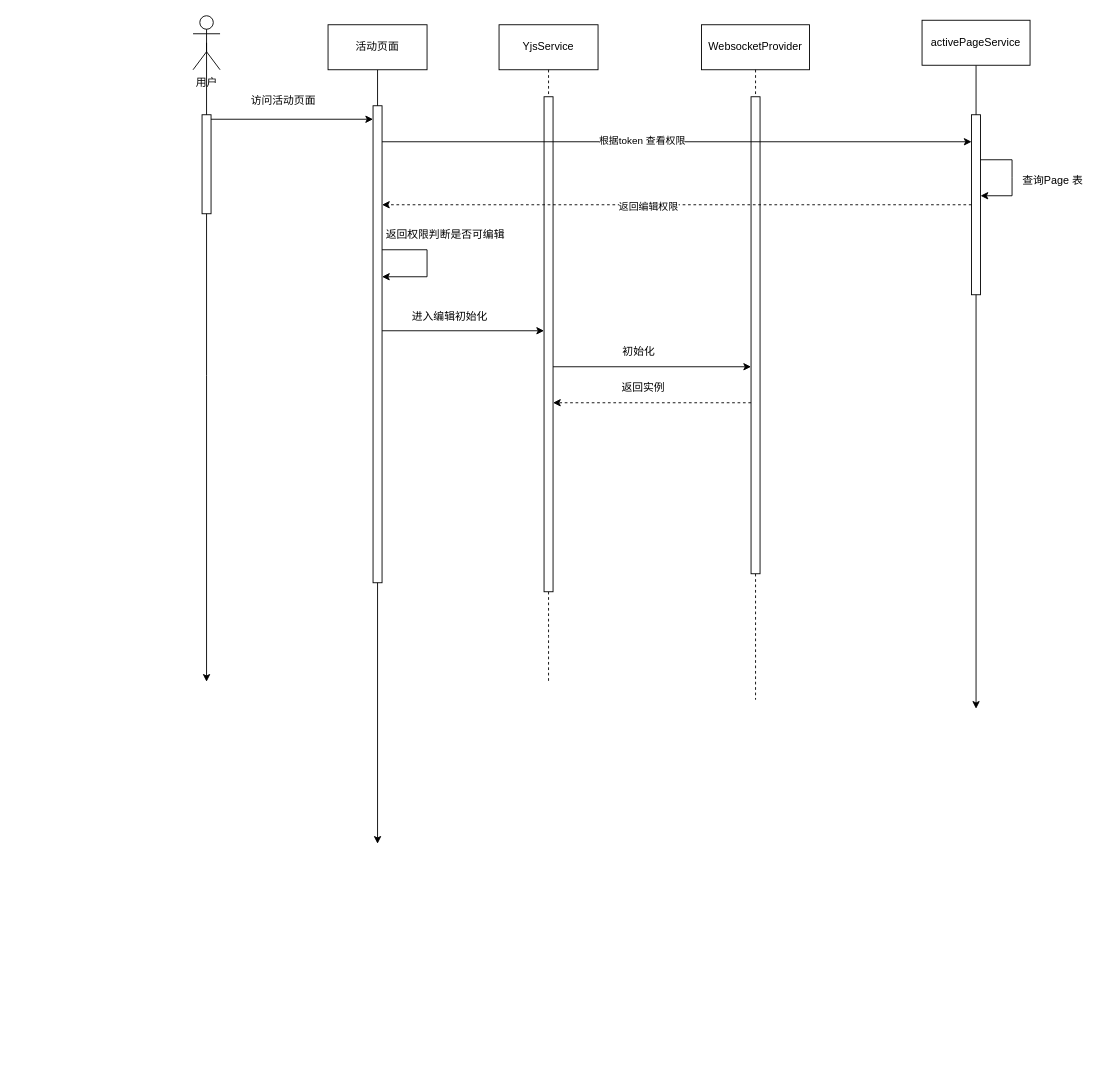
This is 协同编辑辅助功能.drawio from yuxinyu12345/diagrams, a draw.io file, before an edit. Source tidied: cells renumbered, new cells numbered last; positions are measured from the earlier drawing's top-left corner, leaving out a move shared by most shapes. Both pictures are drawn from the tidied source at 90%, with x=0, y=0 at pixel (193, 15).
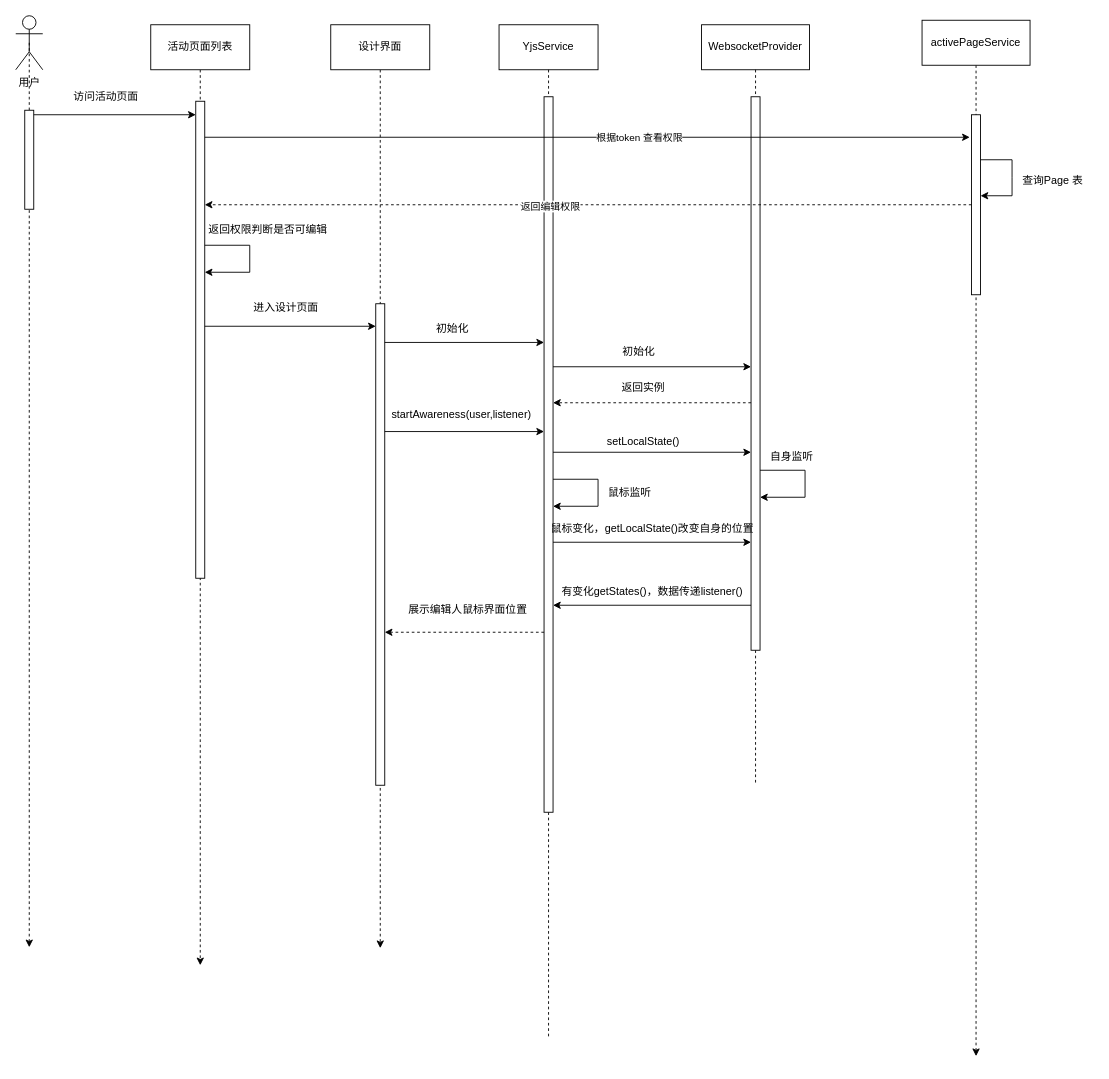
Above is the later version.

Commit message (it also covers changes not shown here):
更新协同编辑辅助功能.drawio

The change refers to these unchanged cells:
```xml
<mxCell id="18" value="&lt;p style=&quot;margin: 0pt 0pt 0.0001pt; text-align: justify;&quot; class=&quot;MsoNormal&quot;&gt;activePageService&lt;/p&gt;" style="html=1;whiteSpace=wrap;" parent="1" vertex="1">
  <mxGeometry x="810" y="5" width="120" height="50" as="geometry" />
</mxCell>
```

Diff of the diagram source:
```diff
@@
     <mxCell id="2" style="edgeStyle=orthogonalEdgeStyle;rounded=0;jettySize=auto;html=1;exitX=0.5;exitY=1;exitDx=0;exitDy=0;endArrow=none;endFill=0;dashed=1;" parent="1" edge="1" source="5">
       <mxGeometry relative="1" as="geometry">
-        <mxPoint x="395" y="740" as="targetPoint" />
+        <mxPoint x="395" y="1136" as="targetPoint" />
       </mxGeometry>
     </mxCell>
@@
     <mxCell id="5" style="html=1;points=[[0,0,0,0,5],[0,1,0,0,-5],[1,0,0,0,5],[1,1,0,0,-5]];perimeter=orthogonalPerimeter;outlineConnect=0;targetShapes=umlLifeline;portConstraint=eastwest;newEdgeStyle={&quot;curved&quot;:0,&quot;rounded&quot;:0};" parent="1" vertex="1">
-      <mxGeometry x="390" y="90" width="10" height="550" as="geometry" />
+      <mxGeometry x="390" y="90" width="10" height="795" as="geometry" />
     </mxCell>
     <mxCell id="6" style="edgeStyle=orthogonalEdgeStyle;rounded=0;jettySize=auto;html=1;exitX=0.5;exitY=1;exitDx=0;exitDy=0;endArrow=none;endFill=0;dashed=1;" parent="1" edge="1" source="9">
       <mxGeometry relative="1" as="geometry">
-        <mxPoint x="625" y="760" as="targetPoint" />
+        <mxPoint x="625" y="855" as="targetPoint" />
       </mxGeometry>
     </mxCell>
@@
     <mxCell id="9" style="html=1;points=[[0,0,0,0,5],[0,1,0,0,-5],[1,0,0,0,5],[1,1,0,0,-5]];perimeter=orthogonalPerimeter;outlineConnect=0;targetShapes=umlLifeline;portConstraint=eastwest;newEdgeStyle={&quot;curved&quot;:0,&quot;rounded&quot;:0};" parent="1" vertex="1">
-      <mxGeometry x="620" y="90" width="10" height="530" as="geometry" />
+      <mxGeometry x="620" y="90" width="10" height="615" as="geometry" />
     </mxCell>
-    <mxCell id="10" style="edgeStyle=orthogonalEdgeStyle;rounded=0;jettySize=auto;html=1;exitX=0.5;exitY=0.5;exitDx=0;exitDy=0;exitPerimeter=0;" parent="1" edge="1" source="11">
+    <mxCell id="10" style="edgeStyle=orthogonalEdgeStyle;rounded=0;jettySize=auto;html=1;exitX=0.5;exitY=0.5;exitDx=0;exitDy=0;exitPerimeter=0;dashed=1;" parent="1" edge="1" source="11">
       <mxGeometry relative="1" as="geometry">
-        <mxPoint x="15" y="740" as="targetPoint" />
+        <mxPoint x="-182" y="1035" as="targetPoint" />
       </mxGeometry>
     </mxCell>
     <mxCell id="11" value="用户" style="shape=umlActor;verticalLabelPosition=bottom;verticalAlign=top;html=1;" parent="1" vertex="1">
-      <mxGeometry width="30" height="60" as="geometry" />
+      <mxGeometry x="-197" width="30" height="60" as="geometry" />
     </mxCell>
-    <mxCell id="12" style="edgeStyle=orthogonalEdgeStyle;rounded=0;jettySize=auto;html=1;exitX=0.5;exitY=1;exitDx=0;exitDy=0;" parent="1" edge="1" source="13">
+    <mxCell id="12" style="edgeStyle=orthogonalEdgeStyle;rounded=0;jettySize=auto;html=1;exitX=0.5;exitY=1;exitDx=0;exitDy=0;dashed=1;" parent="1" edge="1" source="13">
       <mxGeometry relative="1" as="geometry">
-        <mxPoint x="205" y="920" as="targetPoint" />
+        <mxPoint x="8" y="1055" as="targetPoint" />
       </mxGeometry>
     </mxCell>
-    <mxCell id="13" value="活动页面" style="html=1;whiteSpace=wrap;" parent="1" vertex="1">
-      <mxGeometry x="150" y="10" width="110" height="50" as="geometry" />
+    <mxCell id="13" value="活动页面列表" style="html=1;whiteSpace=wrap;" parent="1" vertex="1">
+      <mxGeometry x="-47" y="10" width="110" height="50" as="geometry" />
     </mxCell>
     <mxCell id="14" style="html=1;points=[[0,0,0,0,5],[0,1,0,0,-5],[1,0,0,0,5],[1,1,0,0,-5]];perimeter=orthogonalPerimeter;outlineConnect=0;targetShapes=umlLifeline;portConstraint=eastwest;newEdgeStyle={&quot;curved&quot;:0,&quot;rounded&quot;:0};" parent="1" vertex="1">
-      <mxGeometry x="200" y="100" width="10" height="530" as="geometry" />
+      <mxGeometry x="3" y="95" width="10" height="530" as="geometry" />
     </mxCell>
     <mxCell id="15" style="html=1;points=[[0,0,0,0,5],[0,1,0,0,-5],[1,0,0,0,5],[1,1,0,0,-5]];perimeter=orthogonalPerimeter;outlineConnect=0;targetShapes=umlLifeline;portConstraint=eastwest;newEdgeStyle={&quot;curved&quot;:0,&quot;rounded&quot;:0};" parent="1" vertex="1">
-      <mxGeometry x="10" y="110" width="10" height="110" as="geometry" />
+      <mxGeometry x="-187" y="105" width="10" height="110" as="geometry" />
     </mxCell>
@@
-    <mxCell id="17" style="edgeStyle=orthogonalEdgeStyle;rounded=0;jettySize=auto;html=1;exitX=0.5;exitY=1;exitDx=0;exitDy=0;" parent="1" edge="1" source="18">
+    <mxCell id="17" style="edgeStyle=orthogonalEdgeStyle;rounded=0;jettySize=auto;html=1;exitX=0.5;exitY=1;exitDx=0;exitDy=0;dashed=1;" parent="1" edge="1" source="18">
       <mxGeometry relative="1" as="geometry">
-        <mxPoint x="870" y="770" as="targetPoint" />
+        <mxPoint x="870" y="1156" as="targetPoint" />
       </mxGeometry>
     </mxCell>
@@
     <mxCell id="20" style="endArrow=classic;html=1;rounded=0;exitX=1;exitY=0;exitDx=0;exitDy=5;exitPerimeter=0;" parent="1" edge="1">
       <mxGeometry relative="1" as="geometry">
-        <mxPoint x="210" y="140" as="sourcePoint" />
-        <mxPoint x="865" y="140" as="targetPoint" />
+        <mxPoint x="13" y="135" as="sourcePoint" />
+        <mxPoint x="863" y="135" as="targetPoint" />
       </mxGeometry>
     </mxCell>
     <mxCell id="21" value="根据token 查看权限" style="edgeLabel;html=1;align=center;verticalAlign=middle;" parent="20" vertex="1">
-      <mxGeometry x="-0.12" y="2" relative="1" as="geometry" />
+      <mxGeometry x="-0.12" y="2" relative="1" as="geometry">
+        <mxPoint x="108" y="2" as="offset" />
+      </mxGeometry>
     </mxCell>
     <mxCell id="22" value="访问活动页面" style="text;html=1;align=center;verticalAlign=middle;strokeColor=none;fillColor=none;" parent="1" vertex="1">
-      <mxGeometry x="50" y="80" width="100" height="30" as="geometry" />
+      <mxGeometry x="-147" y="75" width="100" height="30" as="geometry" />
     </mxCell>
@@
     <mxCell id="27" style="endArrow=classic;html=1;rounded=0;" parent="1" edge="1" target="14">
       <mxGeometry relative="1" as="geometry">
-        <mxPoint x="210" y="260" as="sourcePoint" />
+        <mxPoint x="13" y="255" as="sourcePoint" />
         <Array as="points">
-          <mxPoint x="260" y="260" />
-          <mxPoint x="260" y="290" />
+          <mxPoint x="63" y="255" />
+          <mxPoint x="63" y="285" />
         </Array>
       </mxGeometry>
     </mxCell>
     <mxCell id="28" value="返回权限判断是否可编辑" style="text;html=1;align=center;verticalAlign=middle;strokeColor=none;fillColor=none;" parent="1" vertex="1">
-      <mxGeometry x="200" y="228" width="160" height="30" as="geometry" />
+      <mxGeometry x="3" y="223" width="160" height="30" as="geometry" />
     </mxCell>
-    <mxCell id="29" style="endArrow=classic;html=1;rounded=0;" parent="1" edge="1">
+    <mxCell id="29" style="endArrow=classic;html=1;rounded=0;" parent="1" edge="1" target="37">
       <mxGeometry relative="1" as="geometry">
-        <mxPoint x="210" y="350" as="sourcePoint" />
-        <mxPoint x="390" y="350" as="targetPoint" />
+        <mxPoint x="13" y="345" as="sourcePoint" />
       </mxGeometry>
     </mxCell>
-    <mxCell id="30" value="进入编辑初始化" style="text;html=1;align=center;verticalAlign=middle;strokeColor=none;fillColor=none;" parent="1" vertex="1">
-      <mxGeometry x="230" y="320" width="110" height="30" as="geometry" />
+    <mxCell id="30" value="进入设计页面" style="text;html=1;align=center;verticalAlign=middle;strokeColor=none;fillColor=none;" parent="1" vertex="1">
+      <mxGeometry x="53" y="310" width="100" height="30" as="geometry" />
     </mxCell>
@@
+    <mxCell id="35" style="edgeStyle=orthogonalEdgeStyle;rounded=0;jettySize=auto;html=1;exitX=0.5;exitY=1;exitDx=0;exitDy=0;dashed=1;" parent="1" edge="1" source="36">
+      <mxGeometry relative="1" as="geometry">
+        <mxPoint x="208" y="1036" as="targetPoint" />
+      </mxGeometry>
+    </mxCell>
+    <mxCell id="36" value="设计界面" style="html=1;whiteSpace=wrap;" parent="1" vertex="1">
+      <mxGeometry x="153" y="10" width="110" height="50" as="geometry" />
+    </mxCell>
+    <mxCell id="37" style="html=1;points=[[0,0,0,0,5],[0,1,0,0,-5],[1,0,0,0,5],[1,1,0,0,-5]];perimeter=orthogonalPerimeter;outlineConnect=0;targetShapes=umlLifeline;portConstraint=eastwest;newEdgeStyle={&quot;curved&quot;:0,&quot;rounded&quot;:0};" parent="1" vertex="1">
+      <mxGeometry x="203" y="320" width="10" height="535" as="geometry" />
+    </mxCell>
+    <mxCell id="38" style="endArrow=classic;html=1;rounded=0;" parent="1" edge="1">
+      <mxGeometry relative="1" as="geometry">
+        <mxPoint x="213" y="363" as="sourcePoint" />
+        <mxPoint x="390" y="363" as="targetPoint" />
+      </mxGeometry>
+    </mxCell>
+    <mxCell id="39" value="初始化" style="text;html=1;align=center;verticalAlign=middle;strokeColor=none;fillColor=none;" parent="1" vertex="1">
+      <mxGeometry x="258" y="333" width="60" height="30" as="geometry" />
+    </mxCell>
+    <mxCell id="40" style="endArrow=classic;html=1;rounded=0;" parent="1" edge="1">
+      <mxGeometry relative="1" as="geometry">
+        <mxPoint x="213" y="462" as="sourcePoint" />
+        <mxPoint x="390" y="462" as="targetPoint" />
+      </mxGeometry>
+    </mxCell>
+    <mxCell id="41" value="startAwareness(user,listener&lt;span style=&quot;background-color: initial;&quot;&gt;)&lt;/span&gt;" style="text;html=1;align=center;verticalAlign=middle;strokeColor=none;fillColor=none;" parent="1" vertex="1">
+      <mxGeometry x="208" y="428" width="180" height="30" as="geometry" />
+    </mxCell>
+    <mxCell id="42" style="endArrow=classic;html=1;rounded=0;" parent="1" edge="1" target="9">
+      <mxGeometry relative="1" as="geometry">
+        <mxPoint x="400" y="485" as="sourcePoint" />
+      </mxGeometry>
+    </mxCell>
+    <mxCell id="43" value="setLocalState()" style="text;html=1;align=center;verticalAlign=middle;strokeColor=none;fillColor=none;" parent="1" vertex="1">
+      <mxGeometry x="450" y="458" width="100" height="30" as="geometry" />
+    </mxCell>
+    <mxCell id="44" style="endArrow=classic;html=1;rounded=0;" parent="1" edge="1">
+      <mxGeometry relative="1" as="geometry">
+        <mxPoint x="630" y="505" as="sourcePoint" />
+        <mxPoint x="630" y="535" as="targetPoint" />
+        <Array as="points">
+          <mxPoint x="680" y="505" />
+          <mxPoint x="680" y="535" />
+        </Array>
+      </mxGeometry>
+    </mxCell>
+    <mxCell id="45" value="自身监听" style="text;html=1;align=center;verticalAlign=middle;strokeColor=none;fillColor=none;" parent="1" vertex="1">
+      <mxGeometry x="630" y="475" width="70" height="30" as="geometry" />
+    </mxCell>
+    <mxCell id="46" style="endArrow=classic;html=1;rounded=0;" parent="1" edge="1">
+      <mxGeometry relative="1" as="geometry">
+        <mxPoint x="620" y="655" as="sourcePoint" />
+        <mxPoint x="400" y="655" as="targetPoint" />
+      </mxGeometry>
+    </mxCell>
+    <mxCell id="47" value="有变化getStates()，数据传递listener()" style="text;html=1;align=center;verticalAlign=middle;strokeColor=none;fillColor=none;" parent="1" vertex="1">
+      <mxGeometry x="400" y="625" width="220" height="30" as="geometry" />
+    </mxCell>
+    <mxCell id="48" style="endArrow=classic;html=1;rounded=0;" parent="1" edge="1">
+      <mxGeometry relative="1" as="geometry">
+        <mxPoint x="400" y="515" as="sourcePoint" />
+        <mxPoint x="400" y="545" as="targetPoint" />
+        <Array as="points">
+          <mxPoint x="450" y="515" />
+          <mxPoint x="450" y="545" />
+        </Array>
+      </mxGeometry>
+    </mxCell>
+    <mxCell id="49" value="鼠标监听" style="text;html=1;align=center;verticalAlign=middle;strokeColor=none;fillColor=none;" parent="1" vertex="1">
+      <mxGeometry x="450" y="515" width="70" height="30" as="geometry" />
+    </mxCell>
+    <mxCell id="50" style="endArrow=classic;html=1;rounded=0;" parent="1" edge="1">
+      <mxGeometry relative="1" as="geometry">
+        <mxPoint x="400" y="585" as="sourcePoint" />
+        <mxPoint x="620" y="585" as="targetPoint" />
+      </mxGeometry>
+    </mxCell>
+    <mxCell id="51" value="鼠标变化，getLocalState()改变自身的位置" style="text;html=1;align=center;verticalAlign=middle;strokeColor=none;fillColor=none;" parent="1" vertex="1">
+      <mxGeometry x="385" y="555" width="250" height="30" as="geometry" />
+    </mxCell>
+    <mxCell id="52" style="endArrow=classic;html=1;rounded=0;dashed=1;" parent="1" edge="1" source="5">
+      <mxGeometry relative="1" as="geometry">
+        <mxPoint x="213" y="685" as="targetPoint" />
+      </mxGeometry>
+    </mxCell>
+    <mxCell id="53" value="展示编辑人鼠标界面位置" style="text;html=1;align=center;verticalAlign=middle;strokeColor=none;fillColor=none;" parent="1" vertex="1">
+      <mxGeometry x="225" y="645" width="160" height="30" as="geometry" />
+    </mxCell>
```
